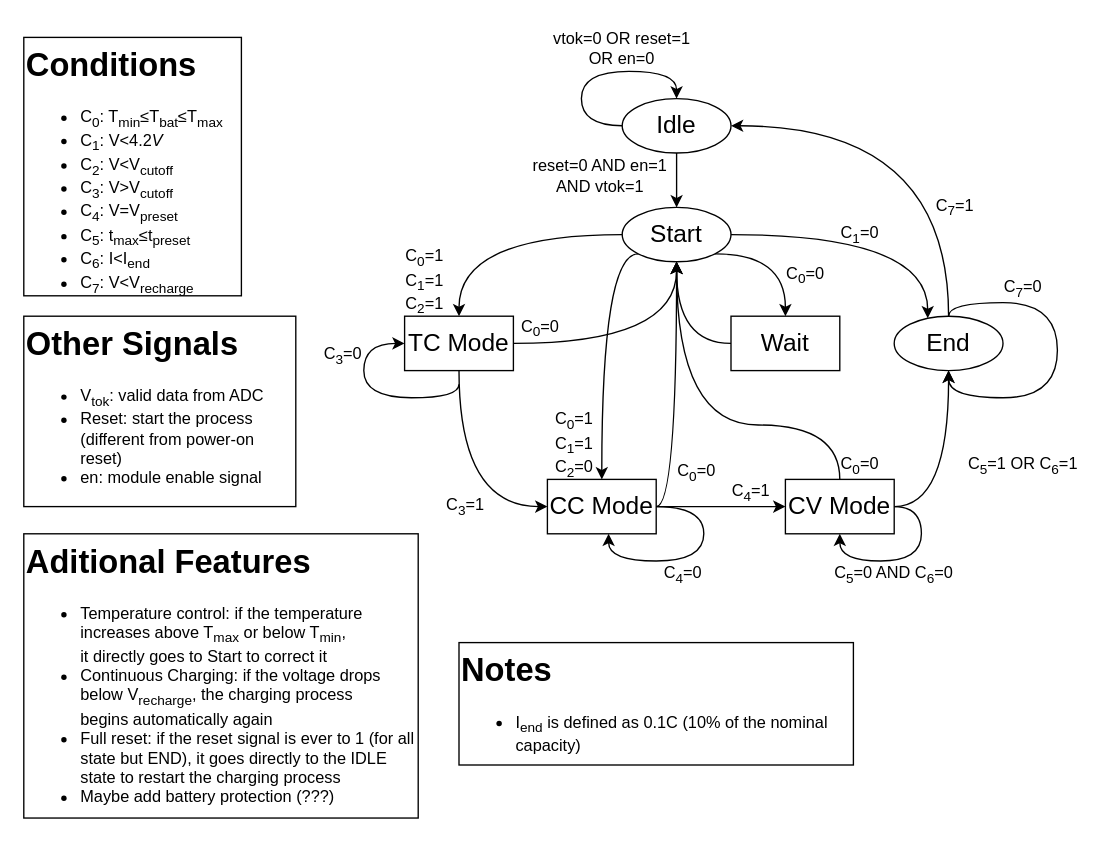
This is stateMachine.drawio from FranciscoPRosa/SoC, a draw.io file, before an edit. Source tidied: cells renumbered, new cells numbered last; positions are measured from the earlier drawing's top-left corner, leaving out a move shared by most shapes. Both pictures are drawn from the tidied source at 136%, with x=0, y=0 at pixel (23, 23).
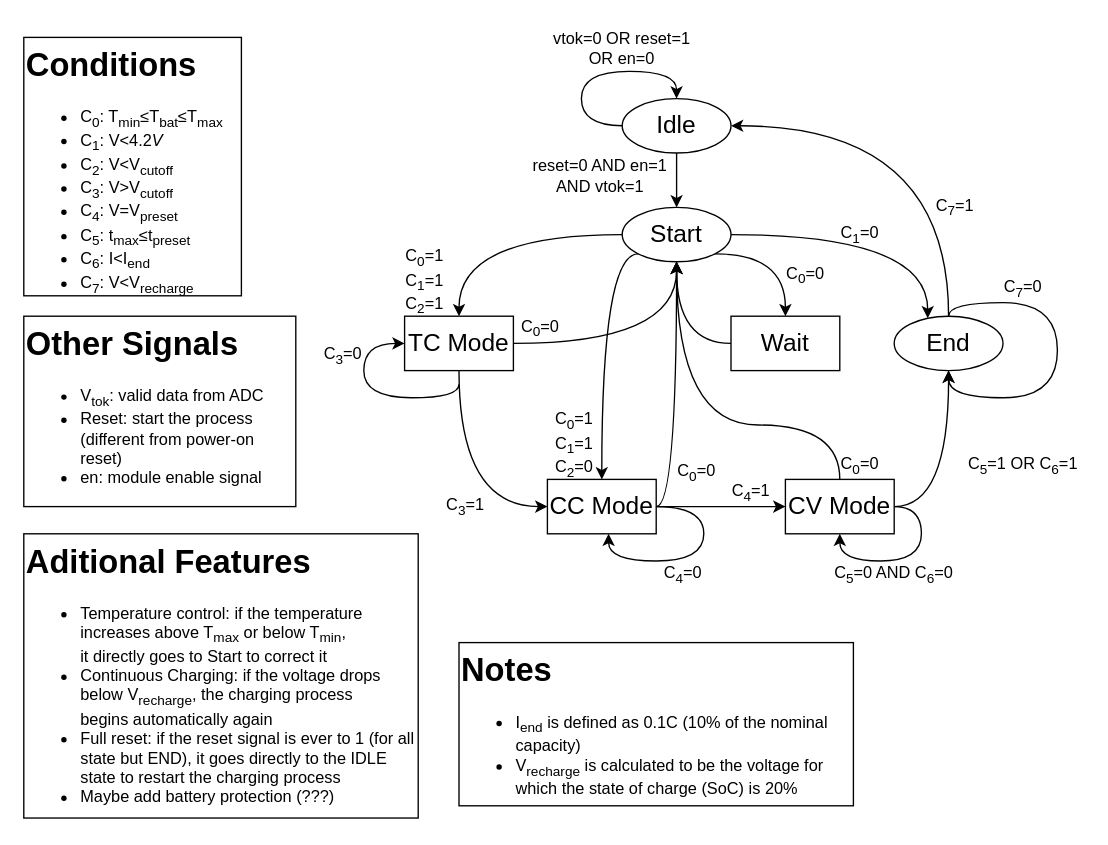
After the change.

Change to the diagram source:
```diff
@@
-    <mxCell id="41" value="&lt;h1 style=&quot;margin-top: 0px;&quot;&gt;Notes&lt;/h1&gt;&lt;div&gt;&lt;ul&gt;&lt;li&gt;I&lt;sub&gt;end&lt;/sub&gt; is defined as 0.1C (10% of the nominal capacity)&lt;br&gt;&lt;/li&gt;&lt;/ul&gt;&lt;/div&gt;" style="text;html=1;whiteSpace=wrap;overflow=hidden;rounded=0;strokeColor=default;fillColor=default;" parent="1" vertex="1">
-      <mxGeometry x="320" y="455" width="290" height="90" as="geometry" />
+    <mxCell id="41" value="&lt;h1 style=&quot;margin-top: 0px;&quot;&gt;Notes&lt;/h1&gt;&lt;div&gt;&lt;ul&gt;&lt;li&gt;I&lt;sub&gt;end&lt;/sub&gt; is defined as 0.1C (10% of the nominal capacity)&lt;/li&gt;&lt;li&gt;V&lt;sub&gt;recharge&lt;/sub&gt; is calculated to be the voltage for which the state of charge (SoC) is 20%&lt;br&gt;&lt;/li&gt;&lt;/ul&gt;&lt;/div&gt;" style="text;html=1;whiteSpace=wrap;overflow=hidden;rounded=0;strokeColor=default;fillColor=default;" parent="1" vertex="1">
+      <mxGeometry x="320" y="455" width="290" height="120" as="geometry" />
     </mxCell>
```
